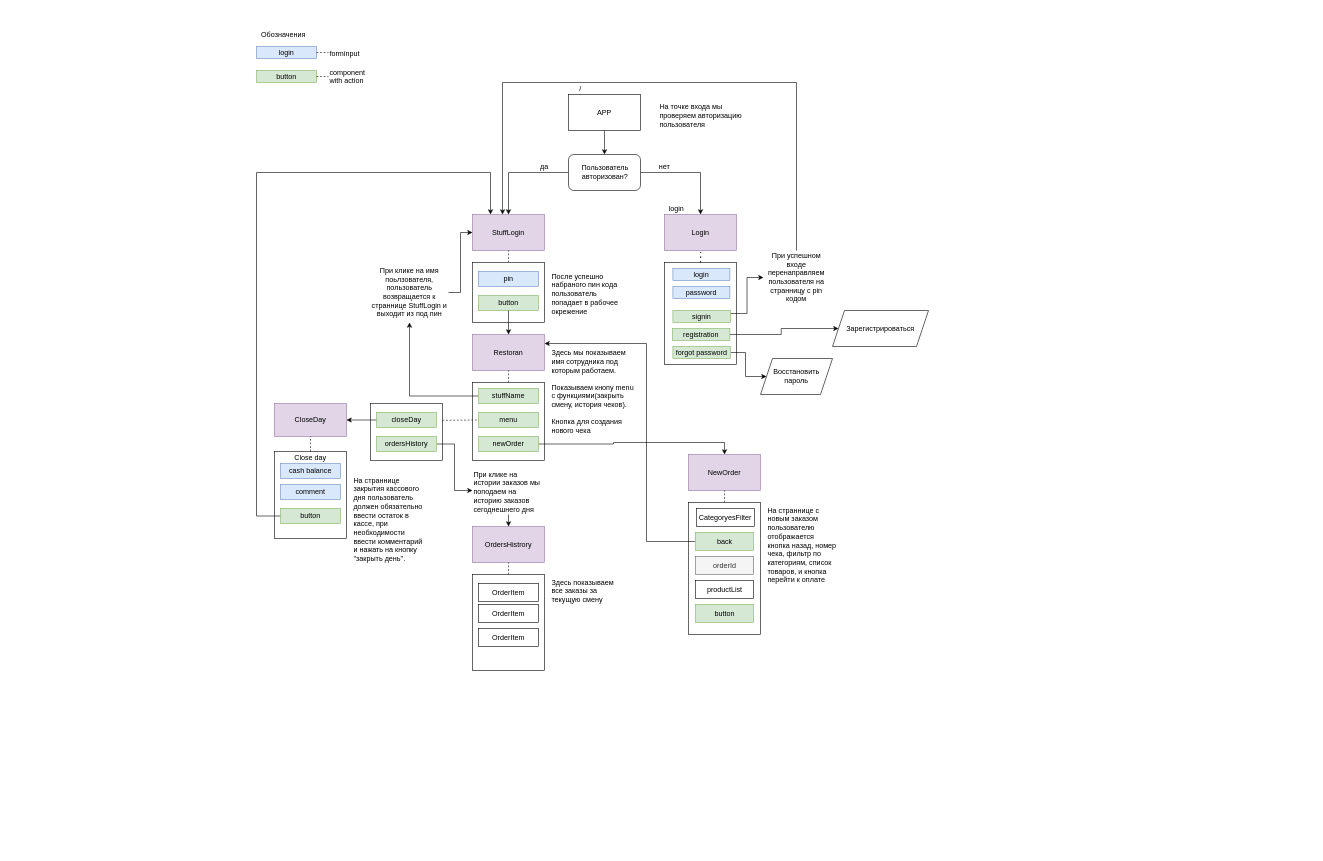
Before: page "Scenarios" (1 of 2) of Untitled Diagram.drawio in carryex/pos_bar, a draw.io diagram. Source tidied: cells renumbered, new cells numbered last; positions are measured from the earlier drawing's top-left corner, leaving out a move shared by most shapes. Both pictures are drawn from the tidied source at 60%, with x=0, y=0 at pixel (256, 28).
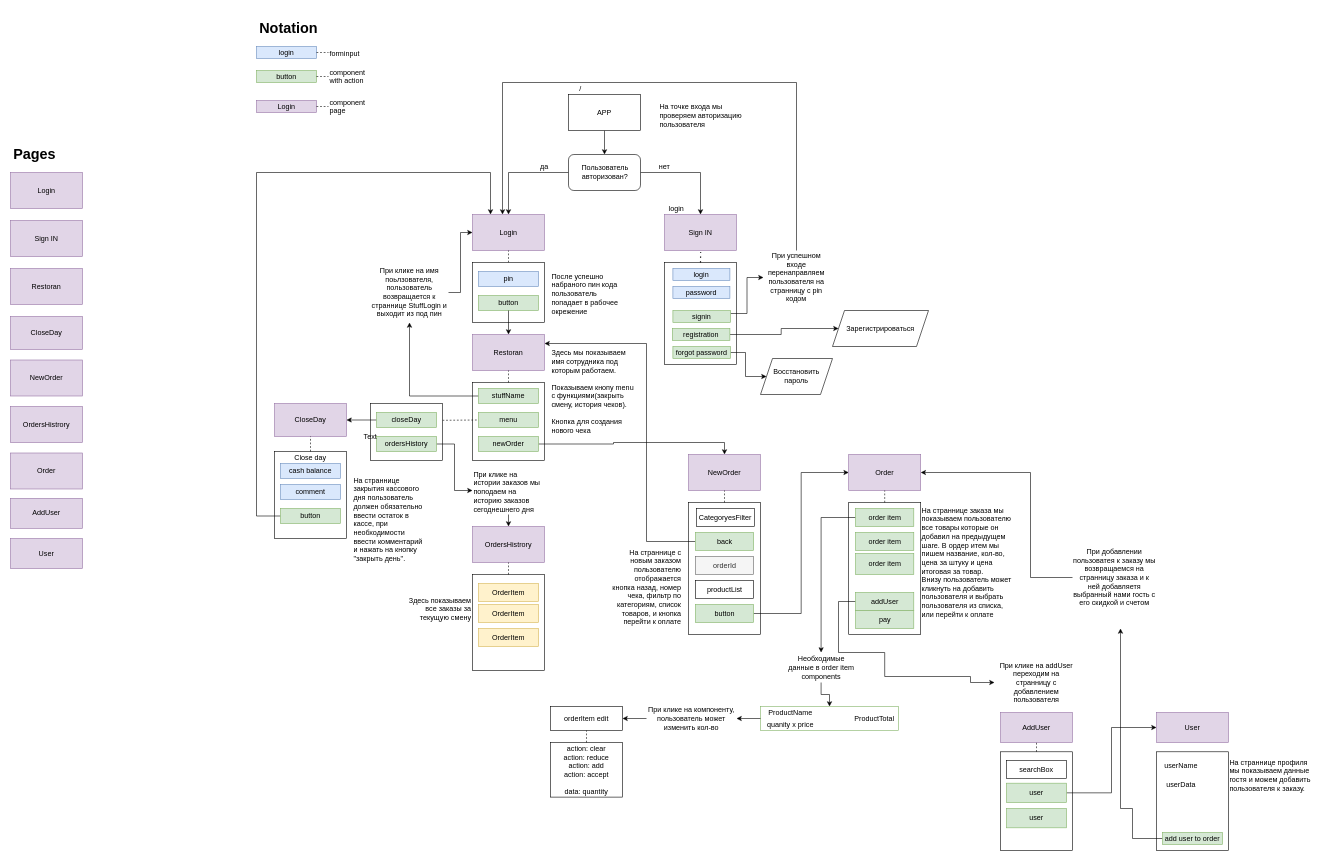
After the change.

Unchanged cells that the change refers to:
```xml
<mxCell id="84" value="button" style="rounded=0;whiteSpace=wrap;html=1;align=center;fillColor=#d5e8d4;strokeColor=#82b366;" parent="1" vertex="1">
  <mxGeometry x="731.5" y="960" width="97" height="30" as="geometry" />
</mxCell>
```

Diff of the diagram source:
```diff
@@
-    <mxCell id="10" value="StuffLogin" style="rounded=0;whiteSpace=wrap;html=1;align=center;fillColor=#e1d5e7;strokeColor=#9673a6;" parent="1" vertex="1">
+    <mxCell id="10" value="Login" style="rounded=0;whiteSpace=wrap;html=1;align=center;fillColor=#e1d5e7;strokeColor=#9673a6;" parent="1" vertex="1">
       <mxGeometry x="360" y="310" width="120" height="60" as="geometry" />
     </mxCell>
@@
-    <mxCell id="12" value="Login" style="rounded=0;whiteSpace=wrap;html=1;align=center;fillColor=#e1d5e7;strokeColor=#9673a6;" parent="1" vertex="1">
+    <mxCell id="12" value="Sign IN" style="rounded=0;whiteSpace=wrap;html=1;align=center;fillColor=#e1d5e7;strokeColor=#9673a6;" parent="1" vertex="1">
       <mxGeometry x="680" y="310" width="120" height="60" as="geometry" />
     </mxCell>
@@
-    <mxCell id="59" value="Здесь показываем все заказы за текущую смену" style="text;html=1;strokeColor=none;fillColor=none;align=left;verticalAlign=top;whiteSpace=wrap;rounded=0;" parent="1" vertex="1">
-      <mxGeometry x="490" y="910" width="120" height="60" as="geometry" />
+    <mxCell id="59" value="Здесь показываем все заказы за текущую смену" style="text;html=1;strokeColor=none;fillColor=none;align=right;verticalAlign=top;whiteSpace=wrap;rounded=0;" parent="1" vertex="1">
+      <mxGeometry x="240" y="940" width="120" height="60" as="geometry" />
     </mxCell>
-    <mxCell id="60" value="OrderItem" style="rounded=0;whiteSpace=wrap;html=1;align=center;" parent="1" vertex="1">
+    <mxCell id="60" value="OrderItem" style="rounded=0;whiteSpace=wrap;html=1;align=center;fillColor=#fff2cc;strokeColor=#d6b656;" parent="1" vertex="1">
       <mxGeometry x="370" y="925" width="100" height="30" as="geometry" />
     </mxCell>
-    <mxCell id="61" value="OrderItem" style="rounded=0;whiteSpace=wrap;html=1;align=center;" parent="1" vertex="1">
+    <mxCell id="61" value="OrderItem" style="rounded=0;whiteSpace=wrap;html=1;align=center;fillColor=#fff2cc;strokeColor=#d6b656;" parent="1" vertex="1">
       <mxGeometry x="370" y="960" width="100" height="30" as="geometry" />
     </mxCell>
-    <mxCell id="62" value="OrderItem" style="rounded=0;whiteSpace=wrap;html=1;align=center;" parent="1" vertex="1">
+    <mxCell id="62" value="OrderItem" style="rounded=0;whiteSpace=wrap;html=1;align=center;fillColor=#fff2cc;strokeColor=#d6b656;" parent="1" vertex="1">
       <mxGeometry x="370" y="1000" width="100" height="30" as="geometry" />
     </mxCell>
@@
-    <mxCell id="64" value="Обозначения" style="text;html=1;strokeColor=none;fillColor=none;align=center;verticalAlign=middle;whiteSpace=wrap;rounded=0;" parent="1" vertex="1">
-      <mxGeometry width="90" height="20" as="geometry" />
-    </mxCell>
@@
-    <mxCell id="78" value="На страннице с новым заказом пользователю отображается кнопка назад, номер чека, фильтр по категориям, список товаров, и кнопка перейти к оплате" style="text;html=1;strokeColor=none;fillColor=none;align=left;verticalAlign=top;whiteSpace=wrap;rounded=0;" parent="1" vertex="1">
-      <mxGeometry x="850" y="790" width="120" height="140" as="geometry" />
+    <mxCell id="78" value="На страннице с новым заказом пользователю отображается кнопка назад, номер чека, фильтр по категориям, список товаров, и кнопка перейти к оплате" style="text;html=1;strokeColor=none;fillColor=none;align=right;verticalAlign=top;whiteSpace=wrap;rounded=0;" parent="1" vertex="1">
+      <mxGeometry x="590" y="860" width="120" height="140" as="geometry" />
     </mxCell>
@@
+    <mxCell id="88" style="edgeStyle=orthogonalEdgeStyle;rounded=0;jettySize=auto;html=1;entryX=0;entryY=0.5;entryDx=0;entryDy=0;" parent="1" edge="1" source="84" target="101">
+      <mxGeometry relative="1" as="geometry" />
+    </mxCell>
@@
+    <mxCell id="89" value="Login" style="rounded=0;whiteSpace=wrap;html=1;align=center;fillColor=#e1d5e7;strokeColor=#9673a6;" parent="1" vertex="1">
+      <mxGeometry y="120" width="100" height="20" as="geometry" />
+    </mxCell>
+    <mxCell id="90" value="component page" style="text;html=1;strokeColor=none;fillColor=none;align=left;verticalAlign=top;whiteSpace=wrap;rounded=0;" parent="1" vertex="1">
+      <mxGeometry x="120" y="110" width="80" height="40" as="geometry" />
+    </mxCell>
+    <mxCell id="91" style="endArrow=none;dashed=1;html=1;entryX=0;entryY=0.5;entryDx=0;entryDy=0;exitX=1;exitY=0.5;exitDx=0;exitDy=0;" parent="1" edge="1" source="89" target="90">
+      <mxGeometry relative="1" as="geometry" />
+    </mxCell>
+    <mxCell id="92" value="Login" style="rounded=0;whiteSpace=wrap;html=1;align=center;fillColor=#e1d5e7;strokeColor=#9673a6;" parent="1" vertex="1">
+      <mxGeometry x="-410" y="240" width="120" height="60" as="geometry" />
+    </mxCell>
+    <mxCell id="93" value="Sign IN" style="rounded=0;whiteSpace=wrap;html=1;align=center;fillColor=#e1d5e7;strokeColor=#9673a6;" parent="1" vertex="1">
+      <mxGeometry x="-410" y="320" width="120" height="60" as="geometry" />
+    </mxCell>
+    <mxCell id="94" value="Restoran" style="rounded=0;whiteSpace=wrap;html=1;align=center;fillColor=#e1d5e7;strokeColor=#9673a6;" parent="1" vertex="1">
+      <mxGeometry x="-410" y="400" width="120" height="60" as="geometry" />
+    </mxCell>
+    <mxCell id="95" value="CloseDay" style="rounded=0;whiteSpace=wrap;html=1;align=center;fillColor=#e1d5e7;strokeColor=#9673a6;" parent="1" vertex="1">
+      <mxGeometry x="-410" y="480" width="120" height="55" as="geometry" />
+    </mxCell>
+    <mxCell id="96" value="NewOrder" style="rounded=0;whiteSpace=wrap;html=1;align=center;fillColor=#e1d5e7;strokeColor=#9673a6;" parent="1" vertex="1">
+      <mxGeometry x="-410" y="552.5" width="120" height="60" as="geometry" />
+    </mxCell>
+    <mxCell id="97" value="OrdersHistrory" style="rounded=0;whiteSpace=wrap;html=1;align=center;fillColor=#e1d5e7;strokeColor=#9673a6;" parent="1" vertex="1">
+      <mxGeometry x="-410" y="630" width="120" height="60" as="geometry" />
+    </mxCell>
+    <mxCell id="98" value="Text" style="text;html=1;strokeColor=none;fillColor=none;align=center;verticalAlign=middle;whiteSpace=wrap;rounded=0;" parent="1" vertex="1">
+      <mxGeometry x="170" y="670" width="40" height="20" as="geometry" />
+    </mxCell>
+    <mxCell id="99" value="&lt;h1&gt;Pages&lt;/h1&gt;" style="text;html=1;strokeColor=none;fillColor=none;spacing=5;spacingTop=-20;whiteSpace=wrap;overflow=hidden;rounded=0;align=left;" parent="1" vertex="1">
+      <mxGeometry x="-410" y="190" width="120" height="40" as="geometry" />
+    </mxCell>
+    <mxCell id="100" value="&lt;h1&gt;Notation&lt;/h1&gt;" style="text;html=1;strokeColor=none;fillColor=none;spacing=5;spacingTop=-20;whiteSpace=wrap;overflow=hidden;rounded=0;align=left;" parent="1" vertex="1">
+      <mxGeometry y="-20" width="120" height="40" as="geometry" />
+    </mxCell>
+    <mxCell id="101" value="Order" style="rounded=0;whiteSpace=wrap;html=1;align=center;fillColor=#e1d5e7;strokeColor=#9673a6;" parent="1" vertex="1">
+      <mxGeometry x="987" y="710" width="120" height="60" as="geometry" />
+    </mxCell>
+    <mxCell id="102" value="Order" style="rounded=0;whiteSpace=wrap;html=1;align=center;fillColor=#e1d5e7;strokeColor=#9673a6;" parent="1" vertex="1">
+      <mxGeometry x="-410" y="707.5" width="120" height="60" as="geometry" />
+    </mxCell>
+    <mxCell id="103" style="rounded=0;whiteSpace=wrap;html=1;align=center;" parent="1" vertex="1">
+      <mxGeometry x="987" y="790" width="120" height="220" as="geometry" />
+    </mxCell>
+    <mxCell id="104" style="edgeStyle=orthogonalEdgeStyle;rounded=0;jettySize=auto;html=1;entryX=0.5;entryY=0;entryDx=0;entryDy=0;" parent="1" edge="1" source="105" target="119">
+      <mxGeometry relative="1" as="geometry">
+        <Array as="points">
+          <mxPoint x="941" y="815" />
+        </Array>
+      </mxGeometry>
+    </mxCell>
+    <mxCell id="105" value="order item" style="rounded=0;whiteSpace=wrap;html=1;align=center;fillColor=#d5e8d4;strokeColor=#82b366;" parent="1" vertex="1">
+      <mxGeometry x="998.5" y="800" width="97" height="30" as="geometry" />
+    </mxCell>
+    <mxCell id="106" style="endArrow=none;dashed=1;html=1;entryX=0.5;entryY=1;entryDx=0;entryDy=0;exitX=0.5;exitY=0;exitDx=0;exitDy=0;" parent="1" edge="1" source="103" target="101">
+      <mxGeometry relative="1" as="geometry" />
+    </mxCell>
+    <mxCell id="107" value="order item" style="rounded=0;whiteSpace=wrap;html=1;align=center;fillColor=#d5e8d4;strokeColor=#82b366;" parent="1" vertex="1">
+      <mxGeometry x="998.5" y="840" width="97" height="30" as="geometry" />
+    </mxCell>
+    <mxCell id="108" value="order item" style="rounded=0;whiteSpace=wrap;html=1;align=center;fillColor=#d5e8d4;strokeColor=#82b366;" parent="1" vertex="1">
+      <mxGeometry x="998.5" y="875" width="97" height="35" as="geometry" />
+    </mxCell>
+    <mxCell id="109" value="pay" style="rounded=0;whiteSpace=wrap;html=1;align=center;fillColor=#d5e8d4;strokeColor=#82b366;" parent="1" vertex="1">
+      <mxGeometry x="998.5" y="970" width="97" height="30" as="geometry" />
+    </mxCell>
+    <mxCell id="110" style="edgeStyle=orthogonalEdgeStyle;rounded=0;jettySize=auto;html=1;entryX=0;entryY=0.5;entryDx=0;entryDy=0;exitX=0;exitY=0.5;exitDx=0;exitDy=0;" parent="1" edge="1" source="111" target="126">
+      <mxGeometry relative="1" as="geometry">
+        <Array as="points">
+          <mxPoint x="970" y="955" />
+          <mxPoint x="970" y="1040" />
+          <mxPoint x="1047" y="1040" />
+          <mxPoint x="1047" y="1080" />
+          <mxPoint x="1190" y="1080" />
+          <mxPoint x="1190" y="1090" />
+        </Array>
+      </mxGeometry>
+    </mxCell>
+    <mxCell id="111" value="addUser" style="rounded=0;whiteSpace=wrap;html=1;align=center;fillColor=#d5e8d4;strokeColor=#82b366;" parent="1" vertex="1">
+      <mxGeometry x="998.5" y="940" width="97" height="30" as="geometry" />
+    </mxCell>
+    <mxCell id="112" value="На страннице заказа мы показываем пользователю все товары которые он добавил на предыдущем шаге. В ордер итем мы пишем название, кол-во, цена за штуку и цена итоговая за товар.&amp;nbsp;&lt;br&gt;Внизу пользователь может кликнуть на добавить пользователя и выбрать пользователя из списка, или перейти к оплате" style="text;html=1;strokeColor=none;fillColor=none;align=left;verticalAlign=top;whiteSpace=wrap;rounded=0;" parent="1" vertex="1">
+      <mxGeometry x="1107" y="790" width="153" height="220" as="geometry" />
+    </mxCell>
+    <mxCell id="113" style="group;" parent="1" vertex="1">
+      <mxGeometry x="840" y="1130" width="230" height="40" as="geometry" />
+    </mxCell>
+    <mxCell id="114" style="rounded=0;whiteSpace=wrap;html=1;align=center;strokeColor=#82b366;fillColor=none;" parent="113" vertex="1">
+      <mxGeometry width="230" height="40" as="geometry" />
+    </mxCell>
+    <mxCell id="115" value="ProductName" style="text;html=1;strokeColor=none;fillColor=none;align=center;verticalAlign=middle;whiteSpace=wrap;rounded=0;" parent="113" vertex="1">
+      <mxGeometry x="30" width="40" height="20" as="geometry" />
+    </mxCell>
+    <mxCell id="116" value="quanity x price" style="text;html=1;strokeColor=none;fillColor=none;align=center;verticalAlign=middle;whiteSpace=wrap;rounded=0;" parent="113" vertex="1">
+      <mxGeometry y="20" width="100" height="20" as="geometry" />
+    </mxCell>
+    <mxCell id="117" value="ProductTotal" style="text;html=1;strokeColor=none;fillColor=none;align=center;verticalAlign=middle;whiteSpace=wrap;rounded=0;" parent="113" vertex="1">
+      <mxGeometry x="170" y="10" width="40" height="20" as="geometry" />
+    </mxCell>
+    <mxCell id="118" style="edgeStyle=orthogonalEdgeStyle;rounded=0;jettySize=auto;html=1;entryX=0.5;entryY=0;entryDx=0;entryDy=0;" parent="1" edge="1" source="119" target="114">
+      <mxGeometry relative="1" as="geometry" />
+    </mxCell>
+    <mxCell id="119" value="Необходимые данные в order item components" style="text;html=1;strokeColor=none;fillColor=none;align=center;verticalAlign=middle;whiteSpace=wrap;rounded=0;" parent="1" vertex="1">
+      <mxGeometry x="883.5" y="1040" width="115" height="50" as="geometry" />
+    </mxCell>
+    <mxCell id="120" style="edgeStyle=orthogonalEdgeStyle;rounded=0;jettySize=auto;html=1;" parent="1" edge="1" source="121" target="123">
+      <mxGeometry relative="1" as="geometry" />
+    </mxCell>
+    <mxCell id="121" value="При клике на компоненту, пользователь может изменить кол-во" style="text;html=1;strokeColor=none;fillColor=none;align=center;verticalAlign=middle;whiteSpace=wrap;rounded=0;" parent="1" vertex="1">
+      <mxGeometry x="650" y="1110" width="150" height="80" as="geometry" />
+    </mxCell>
+    <mxCell id="122" style="edgeStyle=orthogonalEdgeStyle;rounded=0;jettySize=auto;html=1;" parent="1" edge="1" source="114" target="121">
+      <mxGeometry relative="1" as="geometry" />
+    </mxCell>
+    <mxCell id="123" value="orderItem edit" style="rounded=0;whiteSpace=wrap;html=1;" parent="1" vertex="1">
+      <mxGeometry x="490" y="1130" width="120" height="40" as="geometry" />
+    </mxCell>
+    <mxCell id="124" value="action: clear&lt;br&gt;action:&amp;nbsp;reduce&lt;br&gt;action: add&lt;br&gt;action: accept&lt;br&gt;&lt;br&gt;data: quantity" style="rounded=0;whiteSpace=wrap;html=1;fillColor=none;align=center;" parent="1" vertex="1">
+      <mxGeometry x="490" y="1190" width="120" height="91" as="geometry" />
+    </mxCell>
+    <mxCell id="125" style="endArrow=none;dashed=1;html=1;exitX=0.5;exitY=0;exitDx=0;exitDy=0;entryX=0.5;entryY=1;entryDx=0;entryDy=0;" parent="1" edge="1" source="124" target="123">
+      <mxGeometry relative="1" as="geometry" />
+    </mxCell>
+    <mxCell id="126" value="При клике на addUser переходим на странницу с добавлением пользователя" style="text;html=1;strokeColor=none;fillColor=none;align=center;verticalAlign=middle;whiteSpace=wrap;rounded=0;" parent="1" vertex="1">
+      <mxGeometry x="1230" y="1050" width="140" height="80" as="geometry" />
+    </mxCell>
+    <mxCell id="127" value="AddUser" style="rounded=0;whiteSpace=wrap;html=1;fillColor=#e1d5e7;align=center;strokeColor=#9673a6;" parent="1" vertex="1">
+      <mxGeometry x="1240" y="1140" width="120" height="50" as="geometry" />
+    </mxCell>
+    <mxCell id="128" style="rounded=0;whiteSpace=wrap;html=1;fillColor=none;align=center;" parent="1" vertex="1">
+      <mxGeometry x="1240" y="1205.5" width="120" height="164.5" as="geometry" />
+    </mxCell>
+    <mxCell id="129" value="searchBox" style="rounded=0;whiteSpace=wrap;html=1;fillColor=none;align=center;" parent="1" vertex="1">
+      <mxGeometry x="1250" y="1220" width="100" height="30" as="geometry" />
+    </mxCell>
+    <mxCell id="130" style="endArrow=none;dashed=1;html=1;entryX=0.5;entryY=1;entryDx=0;entryDy=0;" parent="1" edge="1" source="128" target="127">
+      <mxGeometry relative="1" as="geometry" />
+    </mxCell>
+    <mxCell id="131" style="edgeStyle=orthogonalEdgeStyle;rounded=0;jettySize=auto;html=1;entryX=0;entryY=0.5;entryDx=0;entryDy=0;" parent="1" edge="1" source="132" target="134">
+      <mxGeometry relative="1" as="geometry" />
+    </mxCell>
+    <mxCell id="132" value="user" style="rounded=0;whiteSpace=wrap;html=1;fillColor=#d5e8d4;align=center;strokeColor=#82b366;" parent="1" vertex="1">
+      <mxGeometry x="1250" y="1257.8" width="100" height="32.2" as="geometry" />
+    </mxCell>
+    <mxCell id="133" value="user" style="rounded=0;whiteSpace=wrap;html=1;fillColor=#d5e8d4;align=center;strokeColor=#82b366;" parent="1" vertex="1">
+      <mxGeometry x="1250" y="1300" width="100" height="32.2" as="geometry" />
+    </mxCell>
+    <mxCell id="134" value="User" style="rounded=0;whiteSpace=wrap;html=1;fillColor=#e1d5e7;align=center;strokeColor=#9673a6;" parent="1" vertex="1">
+      <mxGeometry x="1500" y="1140" width="120" height="50" as="geometry" />
+    </mxCell>
+    <mxCell id="135" style="rounded=0;whiteSpace=wrap;html=1;fillColor=none;align=center;" parent="1" vertex="1">
+      <mxGeometry x="1500" y="1205.5" width="120" height="164.5" as="geometry" />
+    </mxCell>
+    <mxCell id="136" style="edgeStyle=orthogonalEdgeStyle;rounded=0;jettySize=auto;html=1;entryX=1;entryY=0.5;entryDx=0;entryDy=0;" parent="1" edge="1" source="142" target="101">
+      <mxGeometry relative="1" as="geometry">
+        <Array as="points">
+          <mxPoint x="1290" y="915" />
+          <mxPoint x="1290" y="740" />
+        </Array>
+      </mxGeometry>
+    </mxCell>
+    <mxCell id="137" style="edgeStyle=orthogonalEdgeStyle;rounded=0;jettySize=auto;html=1;" parent="1" edge="1" source="138" target="142">
+      <mxGeometry relative="1" as="geometry">
+        <Array as="points">
+          <mxPoint x="1460" y="1350" />
+          <mxPoint x="1460" y="1300" />
+          <mxPoint x="1440" y="1300" />
+        </Array>
+      </mxGeometry>
+    </mxCell>
+    <mxCell id="138" value="add user to order" style="rounded=0;whiteSpace=wrap;html=1;fillColor=#d5e8d4;align=center;strokeColor=#82b366;" parent="1" vertex="1">
+      <mxGeometry x="1510" y="1340" width="100" height="20" as="geometry" />
+    </mxCell>
+    <mxCell id="139" value="userName" style="text;html=1;strokeColor=none;fillColor=none;align=center;verticalAlign=middle;whiteSpace=wrap;rounded=0;" parent="1" vertex="1">
+      <mxGeometry x="1521" y="1219" width="40" height="20" as="geometry" />
+    </mxCell>
+    <mxCell id="140" value="userData" style="text;html=1;strokeColor=none;fillColor=none;align=center;verticalAlign=middle;whiteSpace=wrap;rounded=0;" parent="1" vertex="1">
+      <mxGeometry x="1521" y="1250" width="40" height="20" as="geometry" />
+    </mxCell>
+    <mxCell id="141" value="На страннице профиля мы показываем данные гостя и можем добавить пользователя к заказу." style="text;html=1;strokeColor=none;fillColor=none;align=left;verticalAlign=top;whiteSpace=wrap;rounded=0;" parent="1" vertex="1">
+      <mxGeometry x="1620" y="1210" width="140" height="160" as="geometry" />
+    </mxCell>
+    <mxCell id="142" value="При добавлении пользоватея к заказу мы возвращаемся на странницу заказа и к ней добавляетя выбранный нами гость с его скидкой и счетом" style="text;html=1;strokeColor=none;fillColor=none;align=center;verticalAlign=middle;whiteSpace=wrap;rounded=0;" parent="1" vertex="1">
+      <mxGeometry x="1360" y="830" width="140" height="170" as="geometry" />
+    </mxCell>
+    <mxCell id="143" value="AddUser" style="rounded=0;whiteSpace=wrap;html=1;fillColor=#e1d5e7;align=center;strokeColor=#9673a6;" parent="1" vertex="1">
+      <mxGeometry x="-410" y="783" width="120" height="50" as="geometry" />
+    </mxCell>
+    <mxCell id="144" value="User" style="rounded=0;whiteSpace=wrap;html=1;fillColor=#e1d5e7;align=center;strokeColor=#9673a6;" parent="1" vertex="1">
+      <mxGeometry x="-410" y="850" width="120" height="50" as="geometry" />
+    </mxCell>
```
